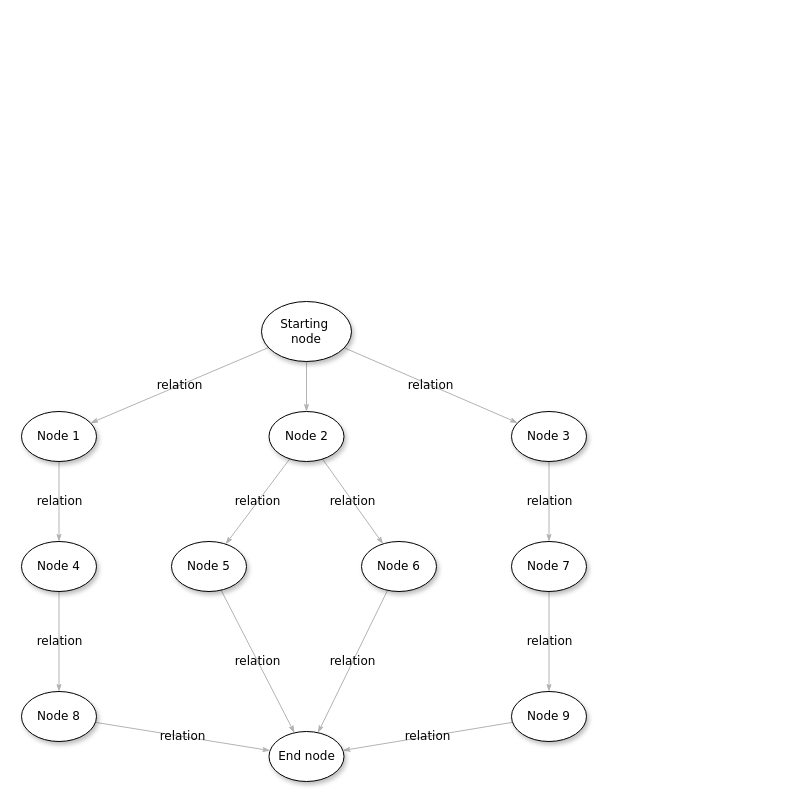
Above: rubegoldberg.drawio in PaulaMaged/MakingThingsMove (draw.io), before the change. Source tidied: cells renumbered, new cells numbered last; positions are measured from the earlier drawing's top-left corner, leaving out a move shared by most shapes. Both pictures are drawn from the tidied source at 100%, with x=0, y=0 at pixel (21, 301).
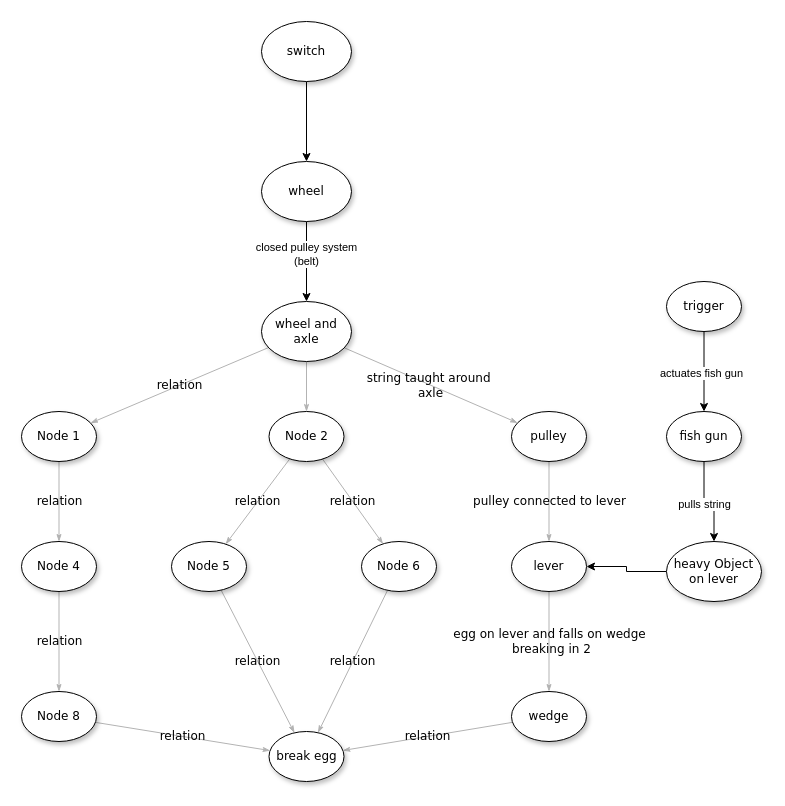
The same page after the edit.

Diff of the diagram source:
```diff
@@
-    <mxCell id="4" value="relation" style="edgeStyle=none;rounded=1;html=1;labelBackgroundColor=none;startArrow=none;startFill=0;startSize=5;endArrow=classicThin;endFill=1;endSize=5;jettySize=auto;strokeColor=#B3B3B3;strokeWidth=1;fontFamily=Verdana;fontSize=12;" parent="1" edge="1" source="5" target="10">
+    <mxCell id="4" value="string taught around&amp;nbsp;&lt;br&gt;axle" style="edgeStyle=none;rounded=1;html=1;labelBackgroundColor=none;startArrow=none;startFill=0;startSize=5;endArrow=classicThin;endFill=1;endSize=5;jettySize=auto;strokeColor=#B3B3B3;strokeWidth=1;fontFamily=Verdana;fontSize=12;" parent="1" edge="1" source="5" target="10">
       <mxGeometry relative="1" as="geometry" />
     </mxCell>
+    <mxCell id="26" style="edgeStyle=orthogonalEdgeStyle;rounded=0;jettySize=auto;html=1;" parent="1" edge="1" source="37" target="5">
+      <mxGeometry relative="1" as="geometry" />
+    </mxCell>
+    <mxCell id="27" value="closed pulley system&lt;br&gt;(belt)" style="edgeLabel;html=1;align=center;verticalAlign=middle;" parent="26" vertex="1">
+      <mxGeometry x="-0.19" y="-1" relative="1" as="geometry" />
+    </mxCell>
-    <mxCell id="5" value="Starting&amp;nbsp;&lt;div&gt;node&lt;/div&gt;" style="ellipse;whiteSpace=wrap;html=1;rounded=0;shadow=1;comic=0;labelBackgroundColor=none;strokeWidth=1;fontFamily=Verdana;fontSize=12;align=center;" parent="1" vertex="1">
+    <mxCell id="5" value="wheel and axle" style="ellipse;whiteSpace=wrap;html=1;rounded=0;shadow=1;comic=0;labelBackgroundColor=none;strokeWidth=1;fontFamily=Verdana;fontSize=12;align=center;" parent="1" vertex="1">
       <mxGeometry x="240" width="90" height="60" as="geometry" />
     </mxCell>
@@
-    <mxCell id="9" value="relation" style="edgeStyle=none;rounded=1;html=1;labelBackgroundColor=none;startArrow=none;startFill=0;startSize=5;endArrow=classicThin;endFill=1;endSize=5;jettySize=auto;strokeColor=#B3B3B3;strokeWidth=1;fontFamily=Verdana;fontSize=12;" parent="1" edge="1" source="10" target="12">
+    <mxCell id="9" value="pulley connected to lever" style="edgeStyle=none;rounded=1;html=1;labelBackgroundColor=none;startArrow=none;startFill=0;startSize=5;endArrow=classicThin;endFill=1;endSize=5;jettySize=auto;strokeColor=#B3B3B3;strokeWidth=1;fontFamily=Verdana;fontSize=12;" parent="1" edge="1" source="10" target="12">
       <mxGeometry relative="1" as="geometry" />
     </mxCell>
-    <mxCell id="10" value="&lt;span&gt;Node 3&lt;/span&gt;" style="ellipse;whiteSpace=wrap;html=1;rounded=0;shadow=1;comic=0;labelBackgroundColor=none;strokeWidth=1;fontFamily=Verdana;fontSize=12;align=center;" parent="1" vertex="1">
+    <mxCell id="10" value="&lt;span&gt;pulley&lt;/span&gt;" style="ellipse;whiteSpace=wrap;html=1;rounded=0;shadow=1;comic=0;labelBackgroundColor=none;strokeWidth=1;fontFamily=Verdana;fontSize=12;align=center;" parent="1" vertex="1">
       <mxGeometry x="490" y="110" width="75" height="50" as="geometry" />
     </mxCell>
-    <mxCell id="11" value="relation" style="edgeStyle=none;rounded=1;html=1;labelBackgroundColor=none;startArrow=none;startFill=0;startSize=5;endArrow=classicThin;endFill=1;endSize=5;jettySize=auto;strokeColor=#B3B3B3;strokeWidth=1;fontFamily=Verdana;fontSize=12;" parent="1" edge="1" source="12" target="14">
+    <mxCell id="11" value="egg on lever and falls on wedge&lt;br&gt;&amp;nbsp;breaking in 2" style="edgeStyle=none;rounded=1;html=1;labelBackgroundColor=none;startArrow=none;startFill=0;startSize=5;endArrow=classicThin;endFill=1;endSize=5;jettySize=auto;strokeColor=#B3B3B3;strokeWidth=1;fontFamily=Verdana;fontSize=12;" parent="1" edge="1" source="12" target="14">
       <mxGeometry relative="1" as="geometry" />
     </mxCell>
+    <mxCell id="28" style="edgeStyle=orthogonalEdgeStyle;rounded=0;jettySize=auto;html=1;exitX=0;exitY=0.5;exitDx=0;exitDy=0;entryX=1;entryY=0.5;entryDx=0;entryDy=0;" parent="1" edge="1" source="31" target="12">
+      <mxGeometry relative="1" as="geometry" />
+    </mxCell>
-    <mxCell id="12" value="&lt;span&gt;Node 7&lt;/span&gt;" style="ellipse;whiteSpace=wrap;html=1;rounded=0;shadow=1;comic=0;labelBackgroundColor=none;strokeWidth=1;fontFamily=Verdana;fontSize=12;align=center;" parent="1" vertex="1">
+    <mxCell id="12" value="&lt;span&gt;lever&lt;/span&gt;" style="ellipse;whiteSpace=wrap;html=1;rounded=0;shadow=1;comic=0;labelBackgroundColor=none;strokeWidth=1;fontFamily=Verdana;fontSize=12;align=center;" parent="1" vertex="1">
       <mxGeometry x="490" y="240" width="75" height="50" as="geometry" />
     </mxCell>
@@
-    <mxCell id="14" value="&lt;span&gt;Node 9&lt;/span&gt;" style="ellipse;whiteSpace=wrap;html=1;rounded=0;shadow=1;comic=0;labelBackgroundColor=none;strokeWidth=1;fontFamily=Verdana;fontSize=12;align=center;" parent="1" vertex="1">
+    <mxCell id="14" value="&lt;span&gt;wedge&lt;/span&gt;" style="ellipse;whiteSpace=wrap;html=1;rounded=0;shadow=1;comic=0;labelBackgroundColor=none;strokeWidth=1;fontFamily=Verdana;fontSize=12;align=center;" parent="1" vertex="1">
       <mxGeometry x="490" y="390" width="75" height="50" as="geometry" />
     </mxCell>
@@
-    <mxCell id="19" value="End node" style="ellipse;whiteSpace=wrap;html=1;rounded=0;shadow=1;comic=0;labelBackgroundColor=none;strokeWidth=1;fontFamily=Verdana;fontSize=12;align=center;" parent="1" vertex="1">
+    <mxCell id="19" value="break egg" style="ellipse;whiteSpace=wrap;html=1;rounded=0;shadow=1;comic=0;labelBackgroundColor=none;strokeWidth=1;fontFamily=Verdana;fontSize=12;align=center;" parent="1" vertex="1">
       <mxGeometry x="247.5" y="430" width="75" height="50" as="geometry" />
     </mxCell>
@@
+    <mxCell id="29" style="edgeStyle=orthogonalEdgeStyle;rounded=0;jettySize=auto;html=1;" parent="1" edge="1" source="34" target="31">
+      <mxGeometry relative="1" as="geometry" />
+    </mxCell>
+    <mxCell id="30" value="pulls string" style="edgeLabel;html=1;align=center;verticalAlign=middle;" parent="29" vertex="1">
+      <mxGeometry x="-0.11" y="-2" relative="1" as="geometry" />
+    </mxCell>
+    <mxCell id="31" value="heavy Object on lever" style="ellipse;whiteSpace=wrap;html=1;rounded=0;shadow=1;comic=0;labelBackgroundColor=none;strokeWidth=1;fontFamily=Verdana;fontSize=12;align=center;" parent="1" vertex="1">
+      <mxGeometry x="645" y="240" width="95" height="60" as="geometry" />
+    </mxCell>
+    <mxCell id="32" style="edgeStyle=orthogonalEdgeStyle;rounded=0;jettySize=auto;html=1;" parent="1" edge="1" source="35" target="34">
+      <mxGeometry relative="1" as="geometry" />
+    </mxCell>
+    <mxCell id="33" value="actuates fish gun" style="edgeLabel;html=1;align=center;verticalAlign=middle;" parent="32" vertex="1">
+      <mxGeometry x="0.03" y="-3" relative="1" as="geometry" />
+    </mxCell>
+    <mxCell id="34" value="&lt;span&gt;fish gun&lt;/span&gt;" style="ellipse;whiteSpace=wrap;html=1;rounded=0;shadow=1;comic=0;labelBackgroundColor=none;strokeWidth=1;fontFamily=Verdana;fontSize=12;align=center;" parent="1" vertex="1">
+      <mxGeometry x="645" y="110" width="75" height="50" as="geometry" />
+    </mxCell>
+    <mxCell id="35" value="trigger" style="ellipse;whiteSpace=wrap;html=1;rounded=0;shadow=1;comic=0;labelBackgroundColor=none;strokeWidth=1;fontFamily=Verdana;fontSize=12;align=center;" parent="1" vertex="1">
+      <mxGeometry x="645" y="-20" width="75" height="50" as="geometry" />
+    </mxCell>
+    <mxCell id="36" style="edgeStyle=orthogonalEdgeStyle;rounded=0;jettySize=auto;html=1;" parent="1" edge="1" source="38" target="37">
+      <mxGeometry relative="1" as="geometry" />
+    </mxCell>
+    <mxCell id="37" value="wheel" style="ellipse;whiteSpace=wrap;html=1;rounded=0;shadow=1;comic=0;labelBackgroundColor=none;strokeWidth=1;fontFamily=Verdana;fontSize=12;align=center;" parent="1" vertex="1">
+      <mxGeometry x="240" y="-140" width="90" height="60" as="geometry" />
+    </mxCell>
+    <mxCell id="38" value="switch" style="ellipse;whiteSpace=wrap;html=1;rounded=0;shadow=1;comic=0;labelBackgroundColor=none;strokeWidth=1;fontFamily=Verdana;fontSize=12;align=center;" parent="1" vertex="1">
+      <mxGeometry x="240" y="-280" width="90" height="60" as="geometry" />
+    </mxCell>
```
